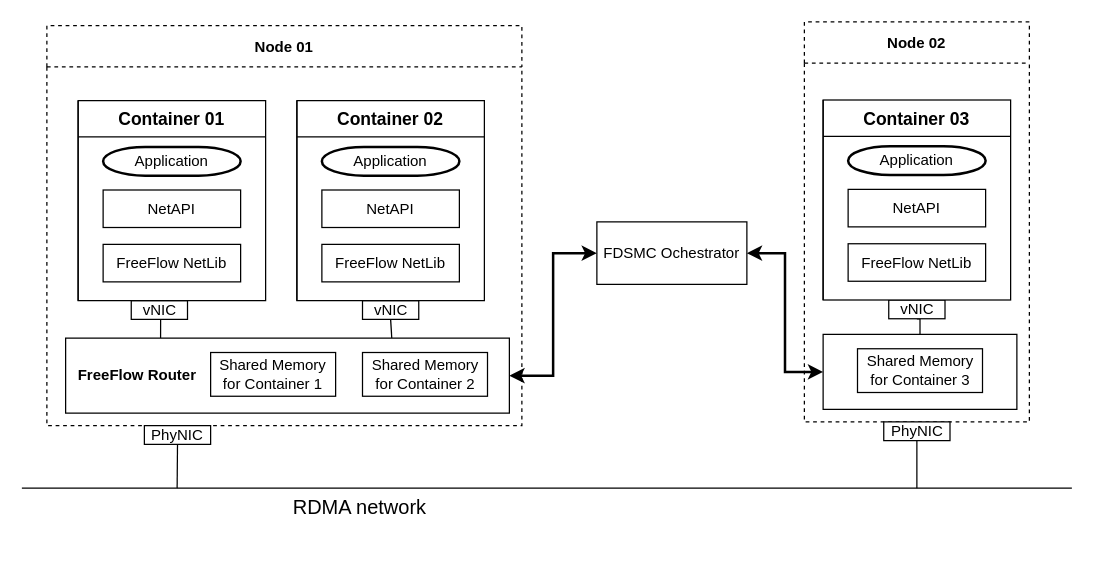
Above: FDSMC Arch.drawio in nhbinh/draw.io (draw.io), before the change. Source tidied: cells renumbered, new cells numbered last; positions are measured from the earlier drawing's top-left corner, leaving out a move shared by most shapes. Both pictures are drawn from the tidied source at 125%, with x=0, y=0 at pixel (21, 21).
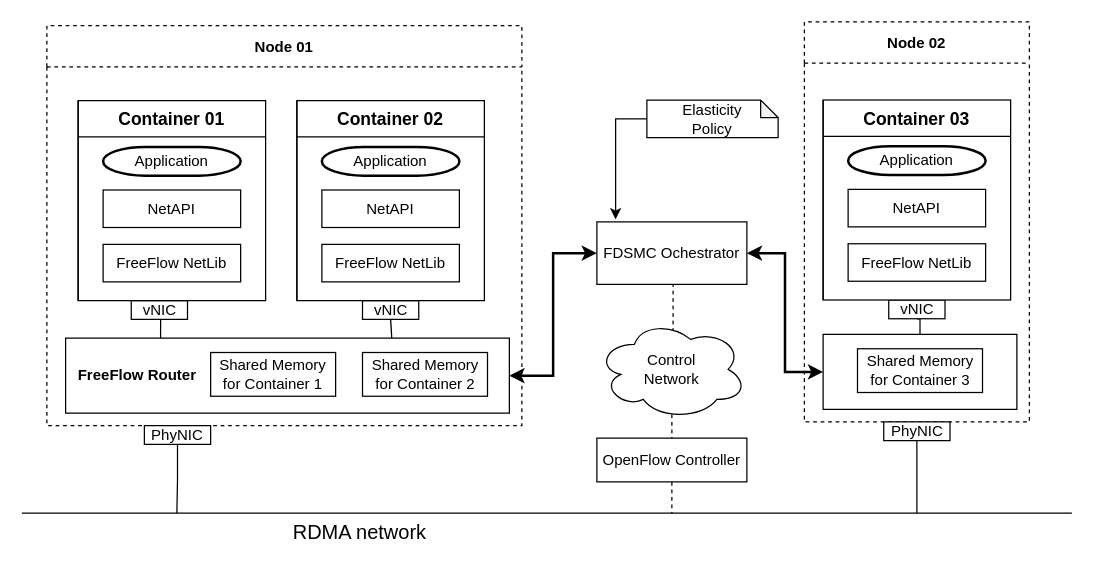
Above is the later version.

Unchanged cells that the change refers to:
```xml
<mxCell id="29" value="PhyNIC" style="rounded=0;whiteSpace=wrap;html=1;" parent="1" vertex="1">
  <mxGeometry x="98" y="323" width="53" height="15" as="geometry" />
</mxCell>
<mxCell id="31" value="PhyNIC" style="rounded=0;whiteSpace=wrap;html=1;" parent="1" vertex="1">
  <mxGeometry x="689.5" y="320" width="53" height="15" as="geometry" />
</mxCell>
<mxCell id="34" value="FDSMC Ochestrator" style="rounded=0;whiteSpace=wrap;html=1;" parent="1" vertex="1">
  <mxGeometry x="460" y="160" width="120" height="50" as="geometry" />
</mxCell>
```

The edit, as a diff of the source:
```diff
@@
     <mxCell id="24" value="&lt;font style=&quot;font-size: 16px&quot;&gt;RDMA network&lt;/font&gt;" style="endArrow=none;html=1;spacingLeft=-300;spacingBottom=1;spacingTop=30;spacing=-1;" parent="1" edge="1">
       <mxGeometry relative="1" as="geometry">
-        <mxPoint y="373" as="sourcePoint" />
-        <mxPoint x="840" y="373" as="targetPoint" />
+        <mxPoint y="393" as="sourcePoint" />
+        <mxPoint x="840" y="393" as="targetPoint" />
       </mxGeometry>
     </mxCell>
@@
     <mxCell id="28" style="edgeStyle=orthogonalEdgeStyle;rounded=0;jettySize=auto;html=1;exitX=0.5;exitY=1;exitDx=0;exitDy=0;endArrow=none;endFill=0;" parent="1" edge="1" source="29">
       <mxGeometry relative="1" as="geometry">
-        <mxPoint x="124.2" y="373" as="targetPoint" />
+        <mxPoint x="124" y="393" as="targetPoint" />
+        <Array as="points">
+          <mxPoint x="125" y="366" />
+          <mxPoint x="124" y="366" />
+        </Array>
       </mxGeometry>
     </mxCell>
@@
-    <mxCell id="30" style="edgeStyle=orthogonalEdgeStyle;rounded=0;jettySize=auto;html=1;startArrow=none;startFill=0;endArrow=none;endFill=0;strokeWidth=1;" parent="1" edge="1" source="31">
-      <mxGeometry relative="1" as="geometry">
-        <mxPoint x="716" y="373" as="targetPoint" />
-      </mxGeometry>
-    </mxCell>
+    <mxCell id="35" style="edgeStyle=orthogonalEdgeStyle;rounded=0;jettySize=auto;html=1;exitX=0.5;exitY=1;exitDx=0;exitDy=0;endArrow=none;endFill=0;" parent="1" edge="1" source="31">
+      <mxGeometry relative="1" as="geometry">
+        <mxPoint x="716" y="393" as="targetPoint" />
+      </mxGeometry>
+    </mxCell>
@@
+    <mxCell id="36" style="edgeStyle=orthogonalEdgeStyle;rounded=0;jettySize=auto;html=1;exitX=0.5;exitY=1;exitDx=0;exitDy=0;entryX=0.508;entryY=0.138;entryDx=0;entryDy=0;entryPerimeter=0;endArrow=none;endFill=0;dashed=1;" parent="1" edge="1" source="34" target="40">
+      <mxGeometry relative="1" as="geometry" />
+    </mxCell>
@@
+    <mxCell id="37" style="edgeStyle=orthogonalEdgeStyle;rounded=0;jettySize=auto;html=1;entryX=0.125;entryY=-0.04;entryDx=0;entryDy=0;entryPerimeter=0;" parent="1" edge="1" source="38" target="34">
+      <mxGeometry relative="1" as="geometry">
+        <Array as="points">
+          <mxPoint x="475" y="78" />
+        </Array>
+      </mxGeometry>
+    </mxCell>
+    <mxCell id="38" value="Elasticity &lt;br&gt;Policy" style="shape=note;whiteSpace=wrap;html=1;backgroundOutline=1;darkOpacity=0.05;size=14;" parent="1" vertex="1">
+      <mxGeometry x="500" y="62.5" width="105" height="30" as="geometry" />
+    </mxCell>
+    <mxCell id="39" style="edgeStyle=orthogonalEdgeStyle;rounded=0;jettySize=auto;html=1;exitX=0.55;exitY=0.95;exitDx=0;exitDy=0;exitPerimeter=0;entryX=0.5;entryY=0;entryDx=0;entryDy=0;endArrow=none;endFill=0;dashed=1;" parent="1" edge="1" source="40" target="42">
+      <mxGeometry relative="1" as="geometry" />
+    </mxCell>
+    <mxCell id="40" value="Control&lt;br&gt;Network" style="ellipse;shape=cloud;whiteSpace=wrap;html=1;" parent="1" vertex="1">
+      <mxGeometry x="460" y="238" width="120" height="80" as="geometry" />
+    </mxCell>
+    <mxCell id="41" style="edgeStyle=orthogonalEdgeStyle;rounded=0;jettySize=auto;html=1;exitX=0.5;exitY=1;exitDx=0;exitDy=0;dashed=1;endArrow=none;endFill=0;" parent="1" edge="1" source="42">
+      <mxGeometry relative="1" as="geometry">
+        <mxPoint x="520" y="393" as="targetPoint" />
+      </mxGeometry>
+    </mxCell>
+    <mxCell id="42" value="OpenFlow Controller" style="rounded=0;whiteSpace=wrap;html=1;" parent="1" vertex="1">
+      <mxGeometry x="460" y="333" width="120" height="35" as="geometry" />
+    </mxCell>
```
